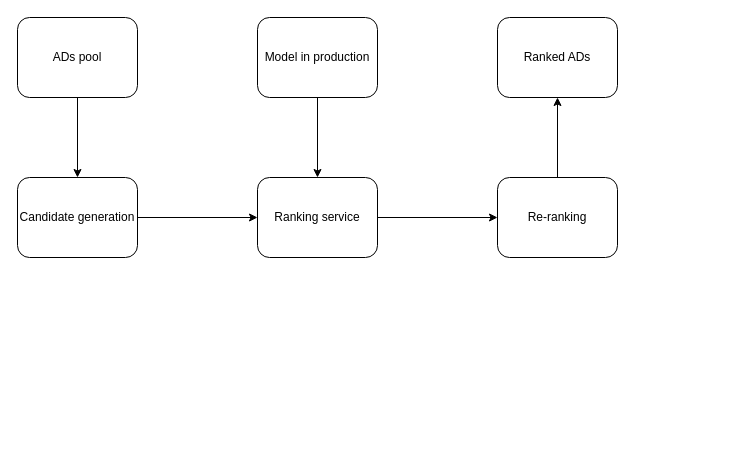
Before: machine-learning/image/machine-learning-system-design-0/instagram-3.drawio in riehseun/riehseun.github.io, a draw.io diagram. Source tidied: cells renumbered, new cells numbered last; positions are measured from the earlier drawing's top-left corner, leaving out a move shared by most shapes. Both pictures are drawn from the tidied source at 100%, with x=0, y=0 at pixel (17, 17).
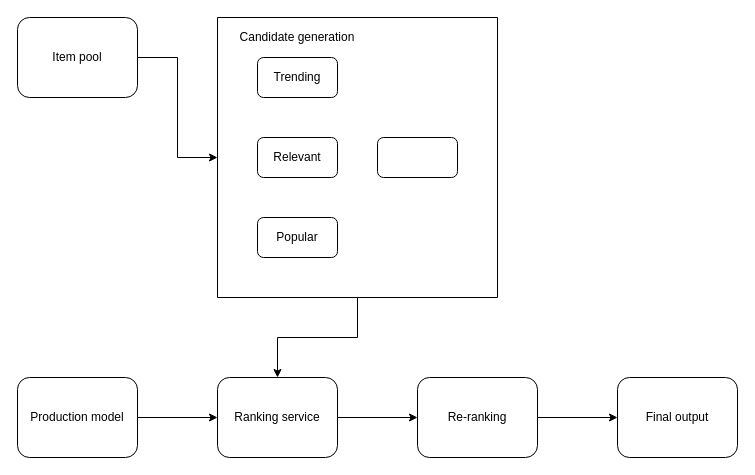
Above is the later version.

What changed in the source:
```diff
@@
 <mxGraphModel>
   <root>
     <mxCell id="0" />
     <mxCell id="1" parent="0" />
-    <mxCell id="2" style="edgeStyle=orthogonalEdgeStyle;rounded=0;jettySize=auto;html=1;exitX=0.5;exitY=1;exitDx=0;exitDy=0;entryX=0.5;entryY=0;entryDx=0;entryDy=0;" parent="1" edge="1" source="3" target="5">
-      <mxGeometry relative="1" as="geometry" />
-    </mxCell>
+    <mxCell id="13" style="edgeStyle=orthogonalEdgeStyle;rounded=0;jettySize=auto;html=1;exitX=1;exitY=0.5;exitDx=0;exitDy=0;entryX=0;entryY=0.5;entryDx=0;entryDy=0;" parent="1" edge="1" source="3" target="15">
+      <mxGeometry relative="1" as="geometry" />
+    </mxCell>
-    <mxCell id="3" value="ADs pool" style="rounded=1;whiteSpace=wrap;html=1;" parent="1" vertex="1">
+    <mxCell id="3" value="Item pool" style="rounded=1;whiteSpace=wrap;html=1;" parent="1" vertex="1">
       <mxGeometry width="120" height="80" as="geometry" />
     </mxCell>
-    <mxCell id="4" style="edgeStyle=orthogonalEdgeStyle;rounded=0;jettySize=auto;html=1;exitX=1;exitY=0.5;exitDx=0;exitDy=0;entryX=0;entryY=0.5;entryDx=0;entryDy=0;" parent="1" edge="1" source="5" target="9">
-      <mxGeometry relative="1" as="geometry" />
-    </mxCell>
-    <mxCell id="5" value="Candidate generation" style="rounded=1;whiteSpace=wrap;html=1;" parent="1" vertex="1">
-      <mxGeometry y="160" width="120" height="80" as="geometry" />
-    </mxCell>
-    <mxCell id="6" style="edgeStyle=orthogonalEdgeStyle;rounded=0;jettySize=auto;html=1;exitX=0.5;exitY=1;exitDx=0;exitDy=0;" parent="1" edge="1" source="7" target="9">
+    <mxCell id="6" style="edgeStyle=orthogonalEdgeStyle;rounded=0;jettySize=auto;html=1;exitX=1;exitY=0.5;exitDx=0;exitDy=0;entryX=0;entryY=0.5;entryDx=0;entryDy=0;" parent="1" edge="1" source="7" target="9">
       <mxGeometry relative="1" as="geometry" />
     </mxCell>
-    <mxCell id="7" value="Model in production" style="rounded=1;whiteSpace=wrap;html=1;" parent="1" vertex="1">
-      <mxGeometry x="240" width="120" height="80" as="geometry" />
+    <mxCell id="7" value="Production model" style="rounded=1;whiteSpace=wrap;html=1;" parent="1" vertex="1">
+      <mxGeometry y="360" width="120" height="80" as="geometry" />
     </mxCell>
     <mxCell id="8" style="edgeStyle=orthogonalEdgeStyle;rounded=0;jettySize=auto;html=1;exitX=1;exitY=0.5;exitDx=0;exitDy=0;entryX=0;entryY=0.5;entryDx=0;entryDy=0;" parent="1" edge="1" source="9" target="11">
       <mxGeometry relative="1" as="geometry" />
     </mxCell>
     <mxCell id="9" value="Ranking service" style="rounded=1;whiteSpace=wrap;html=1;" parent="1" vertex="1">
-      <mxGeometry x="240" y="160" width="120" height="80" as="geometry" />
+      <mxGeometry x="200" y="360" width="120" height="80" as="geometry" />
     </mxCell>
-    <mxCell id="10" style="edgeStyle=orthogonalEdgeStyle;rounded=0;jettySize=auto;html=1;exitX=0.5;exitY=0;exitDx=0;exitDy=0;entryX=0.5;entryY=1;entryDx=0;entryDy=0;" parent="1" edge="1" source="11" target="12">
+    <mxCell id="10" style="edgeStyle=orthogonalEdgeStyle;rounded=0;jettySize=auto;html=1;exitX=1;exitY=0.5;exitDx=0;exitDy=0;entryX=0;entryY=0.5;entryDx=0;entryDy=0;" parent="1" edge="1" source="11" target="12">
       <mxGeometry relative="1" as="geometry" />
     </mxCell>
     <mxCell id="11" value="Re-ranking" style="rounded=1;whiteSpace=wrap;html=1;" parent="1" vertex="1">
-      <mxGeometry x="480" y="160" width="120" height="80" as="geometry" />
+      <mxGeometry x="400" y="360" width="120" height="80" as="geometry" />
     </mxCell>
-    <mxCell id="12" value="Ranked ADs" style="rounded=1;whiteSpace=wrap;html=1;" parent="1" vertex="1">
-      <mxGeometry x="480" width="120" height="80" as="geometry" />
+    <mxCell id="12" value="Final output" style="rounded=1;whiteSpace=wrap;html=1;" parent="1" vertex="1">
+      <mxGeometry x="600" y="360" width="120" height="80" as="geometry" />
     </mxCell>
+    <mxCell id="14" style="edgeStyle=orthogonalEdgeStyle;rounded=0;jettySize=auto;html=1;exitX=0.5;exitY=1;exitDx=0;exitDy=0;entryX=0.5;entryY=0;entryDx=0;entryDy=0;" parent="1" edge="1" source="15" target="9">
+      <mxGeometry relative="1" as="geometry" />
+    </mxCell>
+    <mxCell id="15" style="swimlane;startSize=0;" parent="1" vertex="1">
+      <mxGeometry x="200" width="280" height="280" as="geometry" />
+    </mxCell>
+    <mxCell id="16" value="Trending" style="rounded=1;whiteSpace=wrap;html=1;" parent="15" vertex="1">
+      <mxGeometry x="40" y="40" width="80" height="40" as="geometry" />
+    </mxCell>
+    <mxCell id="17" value="Popular" style="rounded=1;whiteSpace=wrap;html=1;" parent="15" vertex="1">
+      <mxGeometry x="40" y="200" width="80" height="40" as="geometry" />
+    </mxCell>
+    <mxCell id="18" value="Relevant" style="rounded=1;whiteSpace=wrap;html=1;" parent="15" vertex="1">
+      <mxGeometry x="40" y="120" width="80" height="40" as="geometry" />
+    </mxCell>
+    <mxCell id="19" style="rounded=1;whiteSpace=wrap;html=1;" parent="15" vertex="1">
+      <mxGeometry x="160" y="120" width="80" height="40" as="geometry" />
+    </mxCell>
+    <mxCell id="5" value="Candidate generation" style="text;html=1;align=center;verticalAlign=middle;whiteSpace=wrap;rounded=0;" parent="15" vertex="1">
+      <mxGeometry width="160" height="40" as="geometry" />
+    </mxCell>
   </root>
 </mxGraphModel>
```
